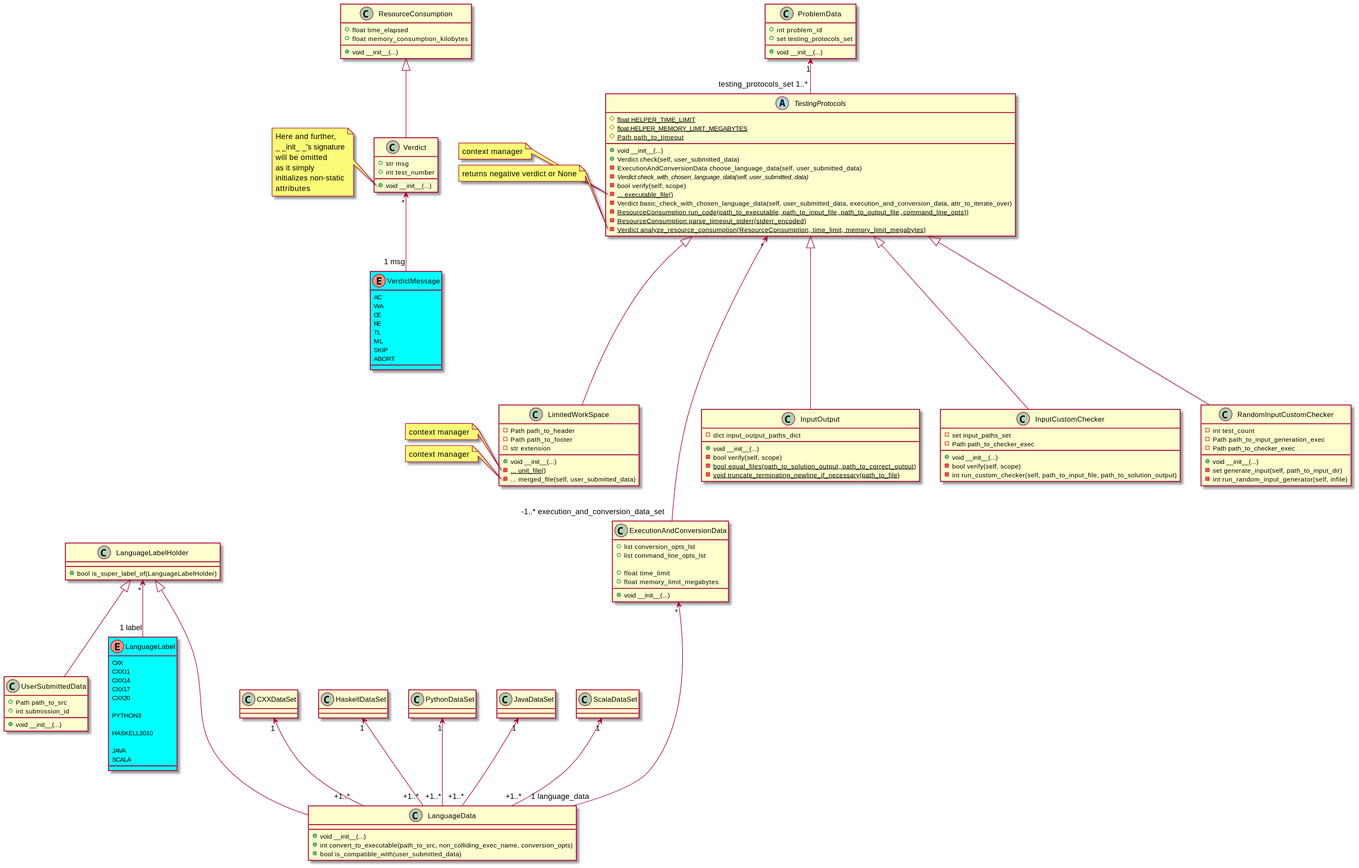
This is TestingSystem/TestingProtocols/Class_TestingProtocols.svg from IgorZhiltsoff/TPy_project, a PlantUML export, as it was before one commit.
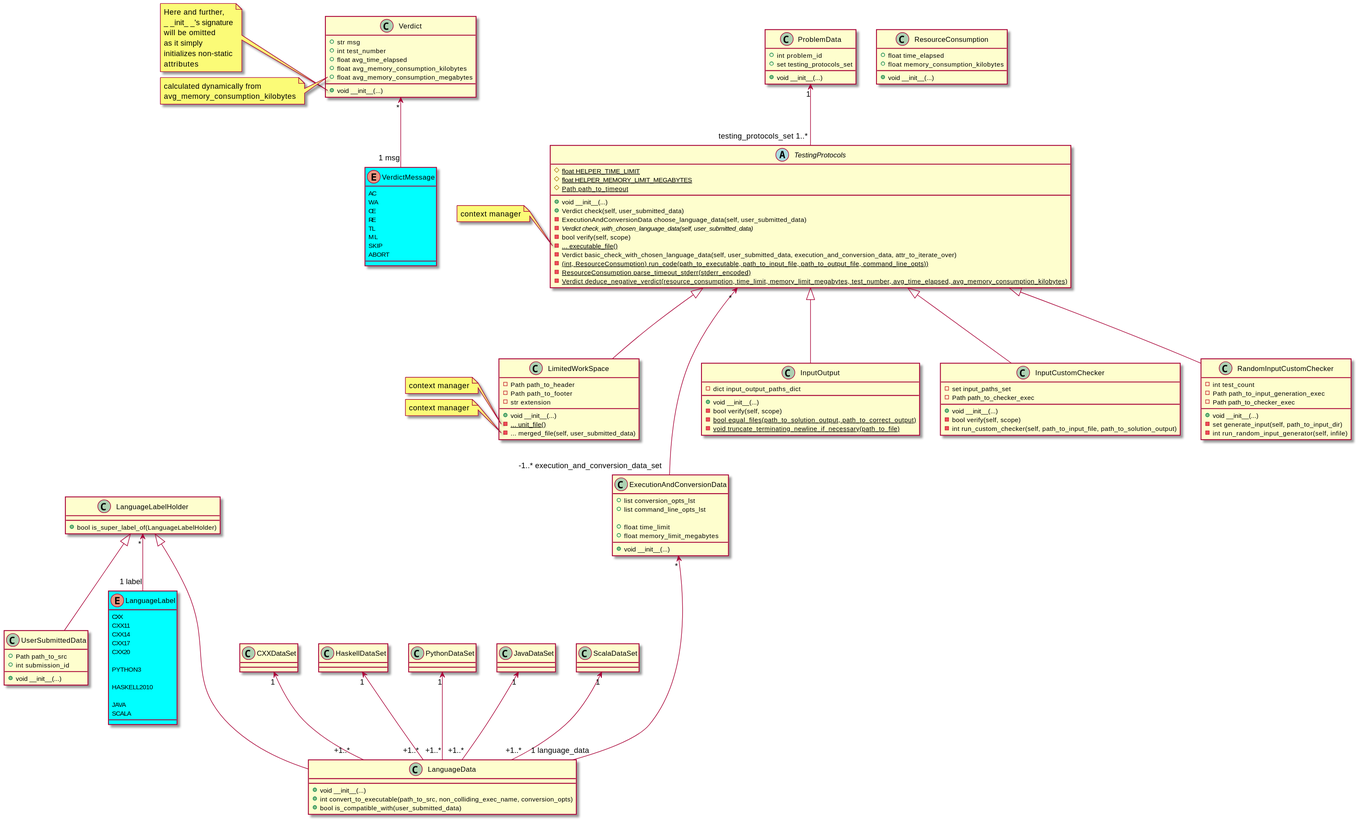
The same file after the commit.

Commit message:
Enforced resource consumption record!

What changed in the source:
```diff
@@ -26,9 +26,13 @@
 class Verdict {
     +str msg
     +int test_number
+    +float avg_time_elapsed
+    +float avg_memory_consumption_kilobytes
+    +float avg_memory_consumption_megabytes
 
     +void __init__(...)
 }
+
 note left of Verdict::__init__
 Here and further,
 _ _init_ _'s signature
@@ -37,8 +41,10 @@
 initializes non-static
 attributes
 end note
-
-ResourceConsumption <|-- Verdict
+note left of Verdict::avg_memory_consumption_megabytes
+calculated dynamically from
+avg_memory_consumption_kilobytes
+end note
 
 Verdict "*" <-- "1 msg" VerdictMessage
 
@@ -128,16 +134,12 @@
     -bool verify(self, scope)
     -{static} ... executable_file()
     -Verdict basic_check_with_chosen_language_data(self, user_submitted_data, execution_and_conversion_data, attr_to_iterate_over)
-    -{static} ResourceConsumption run_code(path_to_executable, path_to_input_file, path_to_output_file, command_line_opts))
+    -{static} (int, ResourceConsumption) run_code(path_to_executable, path_to_input_file, path_to_output_file, command_line_opts))
     -{static} ResourceConsumption parse_timeout_stderr(stderr_encoded)
-    -{static} Verdict analyze_resource_consumption(ResourceConsumption, time_limit, memory_limit_megabytes)
+    -{static} Verdict deduce_negative_verdict(resource_consumption, time_limit, memory_limit_megabytes, test_number, avg_time_elapsed, avg_memory_consumption_kilobytes)
 }
 note left of TestingProtocols::executable_file
 context manager
-end note
-
-note left of TestingProtocols::analyze_resource_consumption
-returns negative verdict or None
 end note
 
 class InputOutput {
```
